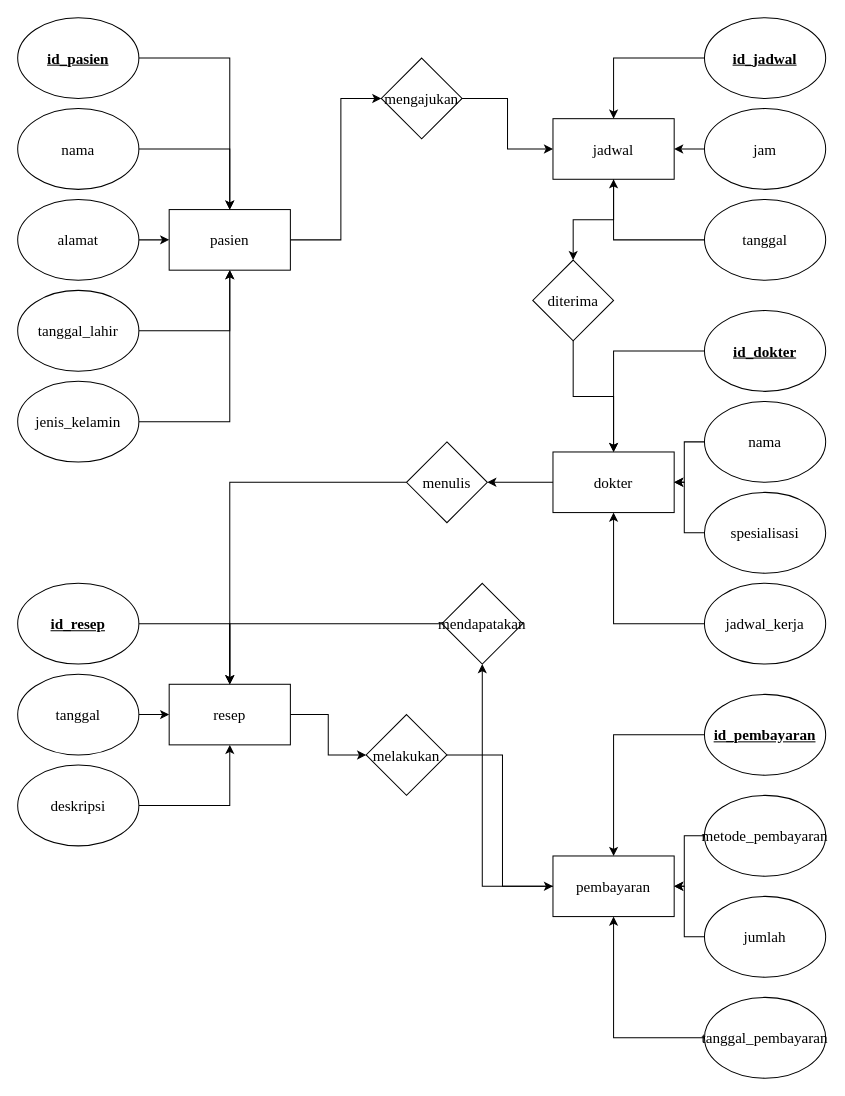
Above: Tugas-Dasar-ERD.drawio in Muhammad-Ryan-Handhika-Susanto/Tugas-ERD (draw.io), before the change. Source tidied: cells renumbered, new cells numbered last; positions are measured from the earlier drawing's top-left corner, leaving out a move shared by most shapes. Both pictures are drawn from the tidied source at 101%, with x=0, y=0 at pixel (17, 17).
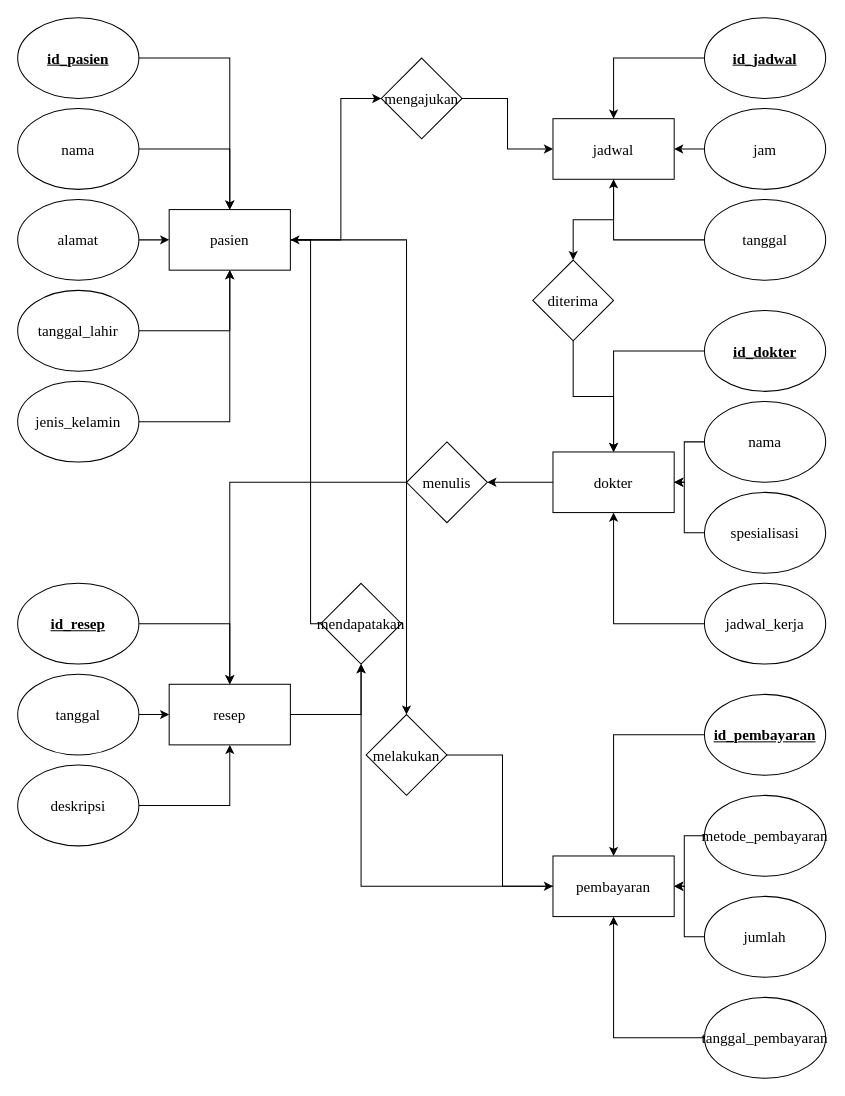
Above is the later version.

The change refers to these unchanged cells:
```xml
<mxCell id="3" value="pasien" style="rounded=0;whiteSpace=wrap;html=1;fontFamily=Times New Roman;fontSize=15;" parent="1" vertex="1">
  <mxGeometry x="150" y="190" width="120" height="60" as="geometry" />
</mxCell>
<mxCell id="7" value="pembayaran" style="rounded=0;whiteSpace=wrap;html=1;fontFamily=Times New Roman;fontSize=15;" parent="1" vertex="1">
  <mxGeometry x="530" y="830" width="120" height="60" as="geometry" />
</mxCell>
<mxCell id="11" value="resep" style="rounded=0;whiteSpace=wrap;html=1;fontFamily=Times New Roman;fontSize=15;" parent="1" vertex="1">
  <mxGeometry x="150" y="660" width="120" height="60" as="geometry" />
</mxCell>
<mxCell id="51" value="melakukan" style="rhombus;whiteSpace=wrap;html=1;fontFamily=Times New Roman;fontSize=15;" parent="1" vertex="1">
  <mxGeometry x="345" y="690" width="80" height="80" as="geometry" />
</mxCell>
```

Diff of the diagram source:
```diff
@@
+    <mxCell id="60" style="edgeStyle=orthogonalEdgeStyle;rounded=0;jettySize=auto;html=1;" parent="1" edge="1" source="3" target="51">
+      <mxGeometry relative="1" as="geometry">
+        <Array as="points">
+          <mxPoint x="385" y="220" />
+        </Array>
+      </mxGeometry>
+    </mxCell>
@@
-    <mxCell id="10" style="edgeStyle=orthogonalEdgeStyle;rounded=0;jettySize=auto;html=1;" parent="1" edge="1" source="11" target="51">
-      <mxGeometry relative="1" as="geometry" />
-    </mxCell>
+    <mxCell id="61" style="edgeStyle=orthogonalEdgeStyle;rounded=0;jettySize=auto;html=1;" parent="1" edge="1" source="11" target="53">
+      <mxGeometry relative="1" as="geometry">
+        <Array as="points">
+          <mxPoint x="340" y="690" />
+        </Array>
+      </mxGeometry>
+    </mxCell>
@@
     <mxCell id="50" style="edgeStyle=orthogonalEdgeStyle;rounded=0;jettySize=auto;html=1;" parent="1" edge="1" source="51" target="7">
       <mxGeometry relative="1" as="geometry">
         <Array as="points">
+          <mxPoint x="480" y="730" />
           <mxPoint x="480" y="860" />
         </Array>
       </mxGeometry>
     </mxCell>
@@
-    <mxCell id="52" style="edgeStyle=orthogonalEdgeStyle;rounded=0;jettySize=auto;html=1;" parent="1" edge="1" source="53" target="11">
-      <mxGeometry relative="1" as="geometry" />
-    </mxCell>
+    <mxCell id="62" style="edgeStyle=orthogonalEdgeStyle;rounded=0;jettySize=auto;html=1;" parent="1" edge="1" source="53" target="3">
+      <mxGeometry relative="1" as="geometry">
+        <Array as="points">
+          <mxPoint x="290" y="600" />
+          <mxPoint x="290" y="220" />
+        </Array>
+      </mxGeometry>
+    </mxCell>
     <mxCell id="53" value="mendapatakan" style="rhombus;whiteSpace=wrap;html=1;fontFamily=Times New Roman;fontSize=15;" parent="1" vertex="1">
-      <mxGeometry x="420" y="560" width="80" height="80" as="geometry" />
+      <mxGeometry x="300" y="560" width="80" height="80" as="geometry" />
     </mxCell>
```
